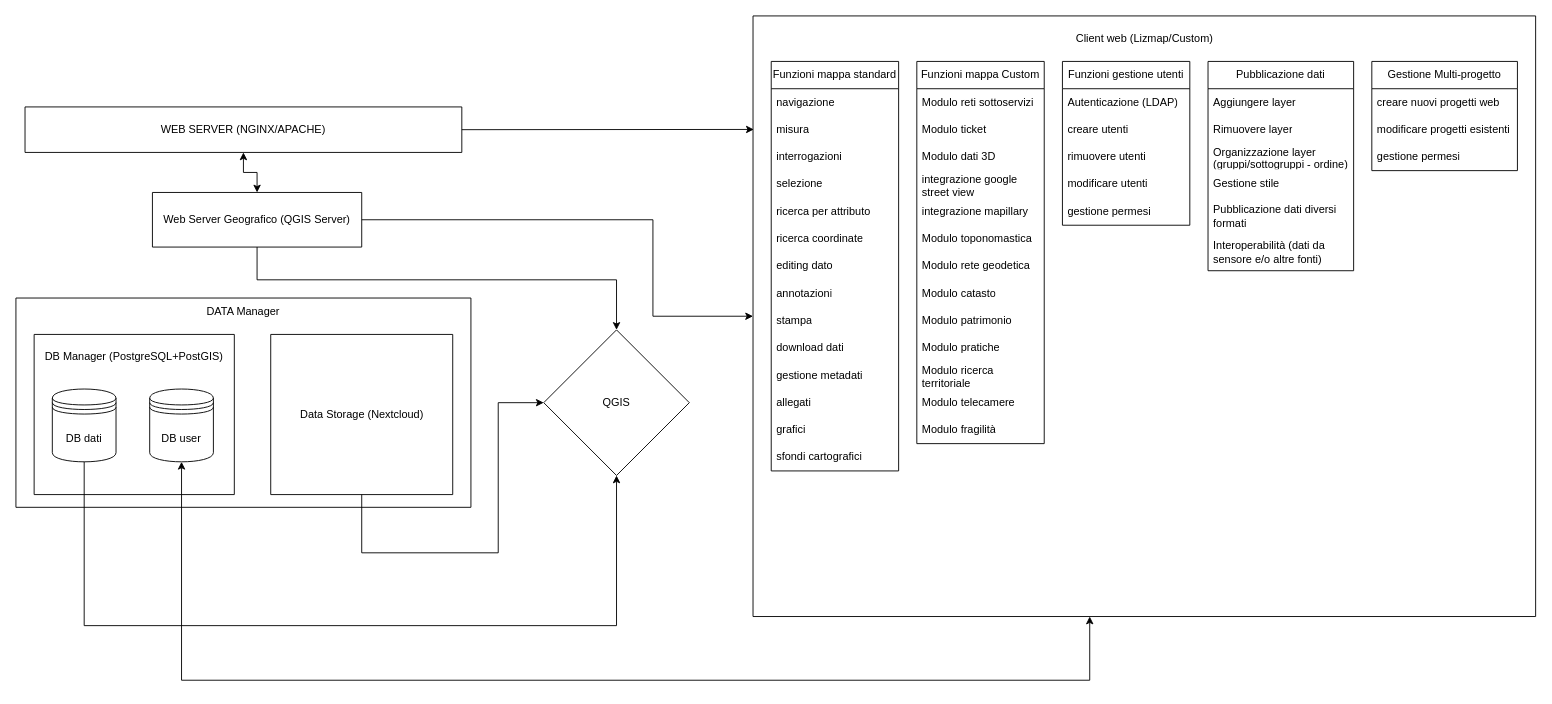
gtergeomatica/mappe_online keeps this draw.io diagram as schema_mappeonline.drawio. Above is the earlier version. Source tidied: cells renumbered, new cells numbered last; positions are measured from the earlier drawing's top-left corner, leaving out a move shared by most shapes. Both pictures are drawn from the tidied source at 91%, with x=0, y=0 at pixel (15, 15).
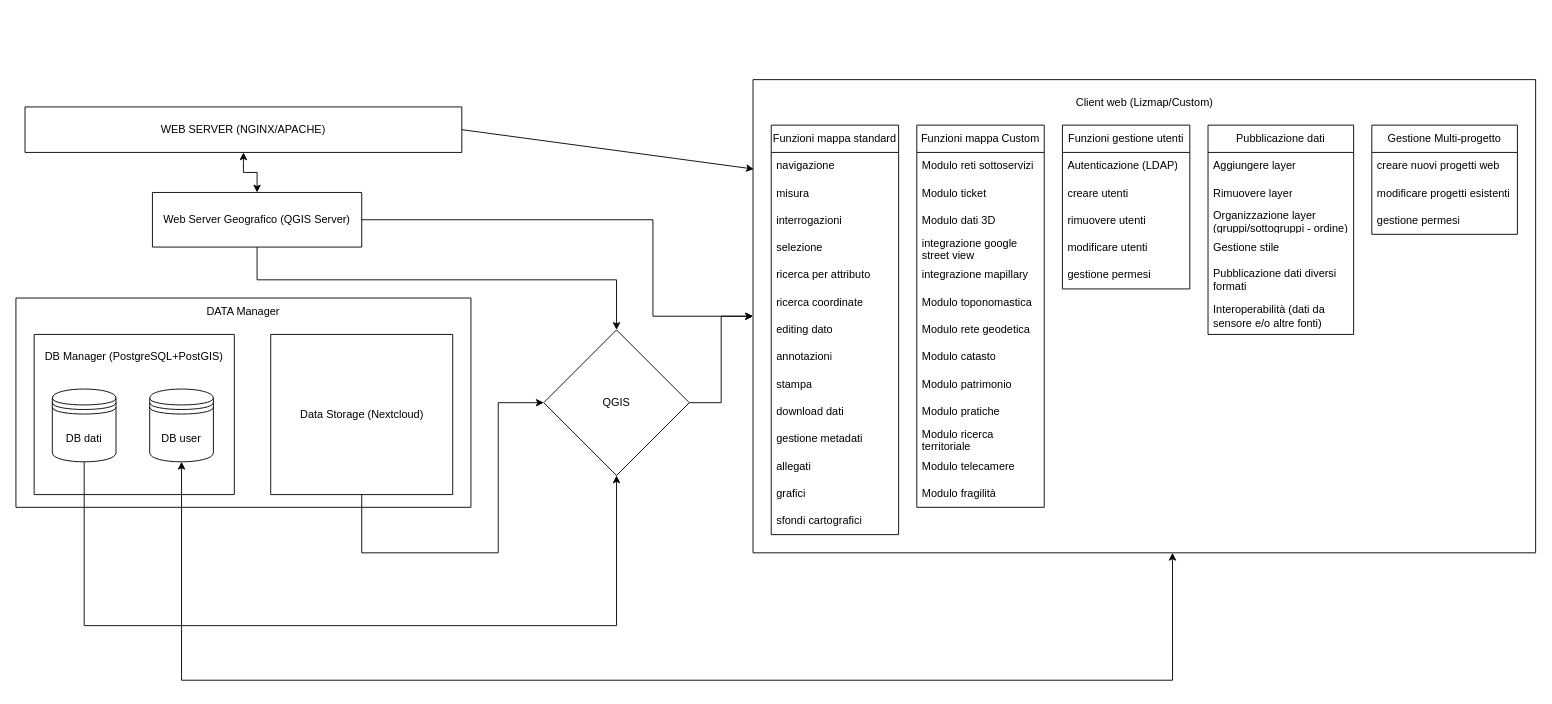
The same diagram, later.

The change refers to these unchanged cells:
```xml
<mxCell id="15" style="shape=datastore;whiteSpace=wrap;html=1;" parent="12" vertex="1">
  <mxGeometry x="127" y="60" width="70" height="80" as="geometry" />
</mxCell>
<mxCell id="67" value="QGIS" style="rhombus;whiteSpace=wrap;html=1;" parent="1" vertex="1">
  <mxGeometry x="580" y="345" width="160" height="160" as="geometry" />
</mxCell>
```

The edit, as a diff of the source:
```diff
@@
     <mxCell id="19" style="swimlane;startSize=0;" parent="1" vertex="1">
-      <mxGeometry x="810" width="860" height="660" as="geometry" />
+      <mxGeometry x="810" y="70" width="860" height="520" as="geometry" />
     </mxCell>
@@
+    <mxCell id="72" style="edgeStyle=orthogonalEdgeStyle;rounded=0;jettySize=auto;html=1;exitX=1;exitY=0.5;exitDx=0;exitDy=0;" parent="1" edge="1" source="67" target="19">
+      <mxGeometry relative="1" as="geometry" />
+    </mxCell>
@@
-    <mxCell id="70" style="edgeStyle=orthogonalEdgeStyle;rounded=0;jettySize=auto;html=1;exitX=0.5;exitY=1;exitDx=0;exitDy=0;startArrow=classic;startFill=1;" parent="1" edge="1" source="15">
+    <mxCell id="70" style="edgeStyle=orthogonalEdgeStyle;rounded=0;jettySize=auto;html=1;exitX=0.5;exitY=1;exitDx=0;exitDy=0;startArrow=classic;startFill=1;entryX=0.536;entryY=1;entryDx=0;entryDy=0;entryPerimeter=0;" parent="1" edge="1" source="15" target="19">
       <mxGeometry relative="1" as="geometry">
-        <mxPoint x="1180" y="660" as="targetPoint" />
         <Array as="points">
           <mxPoint x="182" y="730" />
-          <mxPoint x="1180" y="730" />
+          <mxPoint x="1271" y="730" />
         </Array>
       </mxGeometry>
     </mxCell>
```
